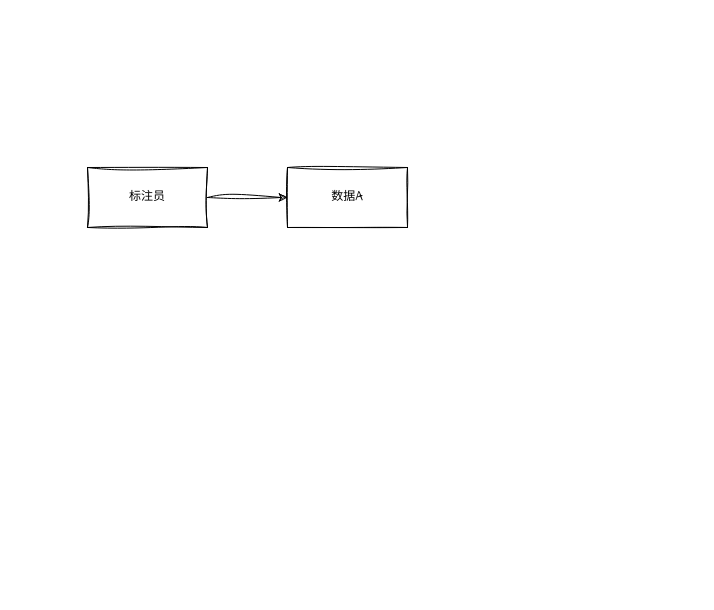
This is page "质量管理体系建设" (1 of 6) of 人工智能训练师三级.drawio from n-i-n-g-e-n/drawio, a draw.io file, before an edit. Source tidied: cells renumbered, new cells numbered last; positions are measured from the earlier drawing's top-left corner, leaving out a move shared by most shapes. Both pictures are drawn from the tidied source at 100%, with x=0, y=0 at pixel (87, 167).
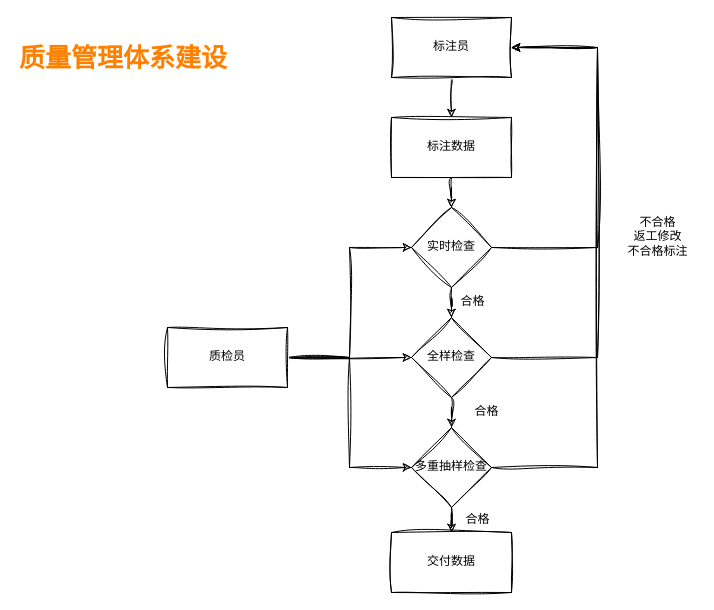
After the change.

Change to the diagram source:
```diff
@@
     <mxCell id="3" value="标注员" style="rounded=0;whiteSpace=wrap;html=1;sketch=1;hachureGap=4;jiggle=2;curveFitting=1;fontFamily=Architects Daughter;" parent="1" vertex="1">
-      <mxGeometry width="120" height="60" as="geometry" />
+      <mxGeometry x="304" y="-150" width="120" height="60" as="geometry" />
     </mxCell>
+    <mxCell id="5" style="edgeStyle=orthogonalEdgeStyle;rounded=0;sketch=1;hachureGap=4;jiggle=2;curveFitting=1;jettySize=auto;html=1;fontFamily=Architects Daughter;" parent="1" edge="1" source="4" target="9">
+      <mxGeometry relative="1" as="geometry" />
+    </mxCell>
-    <mxCell id="4" value="数据A" style="whiteSpace=wrap;html=1;fontFamily=Architects Daughter;rounded=0;sketch=1;hachureGap=4;jiggle=2;curveFitting=1;" parent="1" vertex="1">
-      <mxGeometry x="200" width="120" height="60" as="geometry" />
+    <mxCell id="4" value="标注数据" style="whiteSpace=wrap;html=1;fontFamily=Architects Daughter;rounded=0;sketch=1;hachureGap=4;jiggle=2;curveFitting=1;" parent="1" vertex="1">
+      <mxGeometry x="304" y="-50" width="120" height="60" as="geometry" />
     </mxCell>
+    <mxCell id="6" value="质量管理体系建设" style="text;whiteSpace=wrap;fontFamily=Architects Daughter;fontStyle=1;fontSize=26;fontColor=#FF8000;" parent="1" vertex="1">
+      <mxGeometry x="-70" y="-130" width="220" height="60" as="geometry" />
+    </mxCell>
+    <mxCell id="7" style="edgeStyle=orthogonalEdgeStyle;rounded=0;sketch=1;hachureGap=4;jiggle=2;curveFitting=1;jettySize=auto;html=1;fontFamily=Architects Daughter;" parent="1" edge="1" source="9" target="12">
+      <mxGeometry relative="1" as="geometry" />
+    </mxCell>
+    <mxCell id="8" style="edgeStyle=orthogonalEdgeStyle;rounded=0;sketch=1;hachureGap=4;jiggle=2;curveFitting=1;jettySize=auto;html=1;exitX=1;exitY=0.5;exitDx=0;exitDy=0;fontFamily=Architects Daughter;" parent="1" edge="1" source="9" target="3">
+      <mxGeometry relative="1" as="geometry">
+        <Array as="points">
+          <mxPoint x="510" y="80" />
+          <mxPoint x="510" y="-120" />
+        </Array>
+      </mxGeometry>
+    </mxCell>
+    <mxCell id="9" value="实时检查" style="rhombus;whiteSpace=wrap;html=1;fontFamily=Architects Daughter;rounded=0;sketch=1;hachureGap=4;jiggle=2;curveFitting=1;" parent="1" vertex="1">
+      <mxGeometry x="324" y="40" width="80" height="80" as="geometry" />
+    </mxCell>
+    <mxCell id="10" style="edgeStyle=orthogonalEdgeStyle;rounded=0;sketch=1;hachureGap=4;jiggle=2;curveFitting=1;jettySize=auto;html=1;fontFamily=Architects Daughter;" parent="1" edge="1" source="12" target="16">
+      <mxGeometry relative="1" as="geometry" />
+    </mxCell>
+    <mxCell id="11" style="edgeStyle=orthogonalEdgeStyle;rounded=0;sketch=1;hachureGap=4;jiggle=2;curveFitting=1;jettySize=auto;html=1;exitX=1;exitY=0.5;exitDx=0;exitDy=0;entryX=1;entryY=0.5;entryDx=0;entryDy=0;fontFamily=Architects Daughter;" parent="1" edge="1" source="12" target="3">
+      <mxGeometry relative="1" as="geometry">
+        <Array as="points">
+          <mxPoint x="510" y="190" />
+          <mxPoint x="510" y="-120" />
+        </Array>
+      </mxGeometry>
+    </mxCell>
+    <mxCell id="12" value="全样检查" style="rhombus;whiteSpace=wrap;html=1;fontFamily=Architects Daughter;rounded=0;sketch=1;hachureGap=4;jiggle=2;curveFitting=1;" parent="1" vertex="1">
+      <mxGeometry x="324" y="150" width="80" height="80" as="geometry" />
+    </mxCell>
+    <mxCell id="13" value="合格" style="text;html=1;align=center;verticalAlign=middle;strokeColor=none;fillColor=none;fontFamily=Architects Daughter;" parent="1" vertex="1">
+      <mxGeometry x="360" y="120" width="50" height="30" as="geometry" />
+    </mxCell>
+    <mxCell id="14" style="edgeStyle=orthogonalEdgeStyle;rounded=0;sketch=1;hachureGap=4;jiggle=2;curveFitting=1;jettySize=auto;html=1;fontFamily=Architects Daughter;" parent="1" edge="1" source="16" target="18">
+      <mxGeometry relative="1" as="geometry" />
+    </mxCell>
+    <mxCell id="15" style="edgeStyle=orthogonalEdgeStyle;rounded=0;sketch=1;hachureGap=4;jiggle=2;curveFitting=1;jettySize=auto;html=1;exitX=1;exitY=0.5;exitDx=0;exitDy=0;fontFamily=Architects Daughter;entryX=1;entryY=0.5;entryDx=0;entryDy=0;" parent="1" edge="1" source="16" target="3">
+      <mxGeometry relative="1" as="geometry">
+        <Array as="points">
+          <mxPoint x="510" y="300" />
+          <mxPoint x="510" y="-120" />
+        </Array>
+      </mxGeometry>
+    </mxCell>
+    <mxCell id="16" value="多重抽样检查" style="rhombus;whiteSpace=wrap;html=1;fontFamily=Architects Daughter;rounded=0;sketch=1;hachureGap=4;jiggle=2;curveFitting=1;" parent="1" vertex="1">
+      <mxGeometry x="324" y="260" width="80" height="80" as="geometry" />
+    </mxCell>
+    <mxCell id="17" value="合格" style="text;html=1;align=center;verticalAlign=middle;strokeColor=none;fillColor=none;fontFamily=Architects Daughter;" parent="1" vertex="1">
+      <mxGeometry x="374" y="230" width="50" height="30" as="geometry" />
+    </mxCell>
+    <mxCell id="18" value="交付数据" style="whiteSpace=wrap;html=1;fontFamily=Architects Daughter;rounded=0;sketch=1;hachureGap=4;jiggle=2;curveFitting=1;" parent="1" vertex="1">
+      <mxGeometry x="304" y="365" width="120" height="60" as="geometry" />
+    </mxCell>
+    <mxCell id="19" value="合格" style="text;html=1;align=center;verticalAlign=middle;strokeColor=none;fillColor=none;fontFamily=Architects Daughter;" parent="1" vertex="1">
+      <mxGeometry x="365" y="338" width="50" height="30" as="geometry" />
+    </mxCell>
+    <mxCell id="20" value="不合格&lt;div&gt;返工修改&lt;/div&gt;&lt;div&gt;不合格标注&lt;/div&gt;" style="text;html=1;align=center;verticalAlign=middle;strokeColor=none;fillColor=none;fontFamily=Architects Daughter;" parent="1" vertex="1">
+      <mxGeometry x="530" y="40" width="80" height="60" as="geometry" />
+    </mxCell>
+    <mxCell id="21" style="edgeStyle=orthogonalEdgeStyle;rounded=0;sketch=1;hachureGap=4;jiggle=2;curveFitting=1;jettySize=auto;html=1;exitX=1;exitY=0.5;exitDx=0;exitDy=0;entryX=0;entryY=0.5;entryDx=0;entryDy=0;fontFamily=Architects Daughter;" parent="1" edge="1" source="24" target="12">
+      <mxGeometry relative="1" as="geometry" />
+    </mxCell>
+    <mxCell id="22" style="edgeStyle=orthogonalEdgeStyle;rounded=0;sketch=1;hachureGap=4;jiggle=2;curveFitting=1;jettySize=auto;html=1;exitX=1;exitY=0.5;exitDx=0;exitDy=0;entryX=0;entryY=0.5;entryDx=0;entryDy=0;fontFamily=Architects Daughter;" parent="1" edge="1" source="24" target="9">
+      <mxGeometry relative="1" as="geometry" />
+    </mxCell>
+    <mxCell id="23" style="edgeStyle=orthogonalEdgeStyle;rounded=0;sketch=1;hachureGap=4;jiggle=2;curveFitting=1;jettySize=auto;html=1;exitX=1;exitY=0.5;exitDx=0;exitDy=0;entryX=0;entryY=0.5;entryDx=0;entryDy=0;fontFamily=Architects Daughter;" parent="1" edge="1" source="24" target="16">
+      <mxGeometry relative="1" as="geometry" />
+    </mxCell>
+    <mxCell id="24" value="质检员" style="rounded=0;whiteSpace=wrap;html=1;sketch=1;hachureGap=4;jiggle=2;curveFitting=1;fontFamily=Architects Daughter;" parent="1" vertex="1">
+      <mxGeometry x="80" y="160" width="120" height="60" as="geometry" />
+    </mxCell>
```
